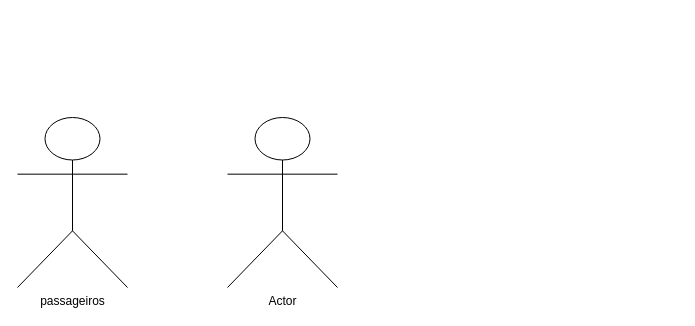
Earlier version of the draw.io diagram page "Página-12" (12 of 12) of aula.drawio (arthursostenes/diagramaderequisitos). Source tidied: cells renumbered, new cells numbered last; positions are measured from the earlier drawing's top-left corner, leaving out a move shared by most shapes. Both pictures are drawn from the tidied source at 100%, with x=0, y=0 at pixel (17, 117).
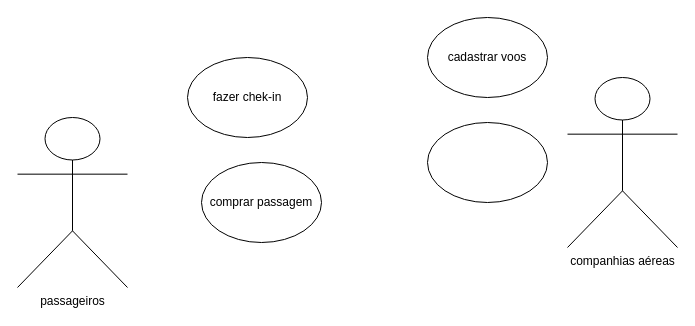
After the change.

Diff of the diagram source:
```diff
@@
 <mxGraphModel>
   <root>
     <mxCell id="0" />
     <mxCell id="1" parent="0" />
     <mxCell id="2" value="passageiros" style="shape=umlActor;verticalLabelPosition=bottom;verticalAlign=top;html=1;" parent="1" vertex="1">
       <mxGeometry width="110" height="170" as="geometry" />
     </mxCell>
-    <mxCell id="3" value="Actor" style="shape=umlActor;verticalLabelPosition=bottom;verticalAlign=top;html=1;" parent="1" vertex="1">
-      <mxGeometry x="210" width="110" height="170" as="geometry" />
+    <mxCell id="3" value="companhias aéreas" style="shape=umlActor;verticalLabelPosition=bottom;verticalAlign=top;html=1;" parent="1" vertex="1">
+      <mxGeometry x="550" y="-40" width="110" height="170" as="geometry" />
     </mxCell>
+    <mxCell id="4" value="comprar passagem" style="ellipse;whiteSpace=wrap;html=1;" parent="1" vertex="1">
+      <mxGeometry x="184" y="45" width="120" height="80" as="geometry" />
+    </mxCell>
+    <mxCell id="5" value="fazer chek-in" style="ellipse;whiteSpace=wrap;html=1;" parent="1" vertex="1">
+      <mxGeometry x="170" y="-60" width="120" height="80" as="geometry" />
+    </mxCell>
+    <mxCell id="6" value="cadastrar voos" style="ellipse;whiteSpace=wrap;html=1;" parent="1" vertex="1">
+      <mxGeometry x="410" y="-100" width="120" height="80" as="geometry" />
+    </mxCell>
+    <mxCell id="7" style="ellipse;whiteSpace=wrap;html=1;" parent="1" vertex="1">
+      <mxGeometry x="410" y="5" width="120" height="80" as="geometry" />
+    </mxCell>
   </root>
 </mxGraphModel>
```
